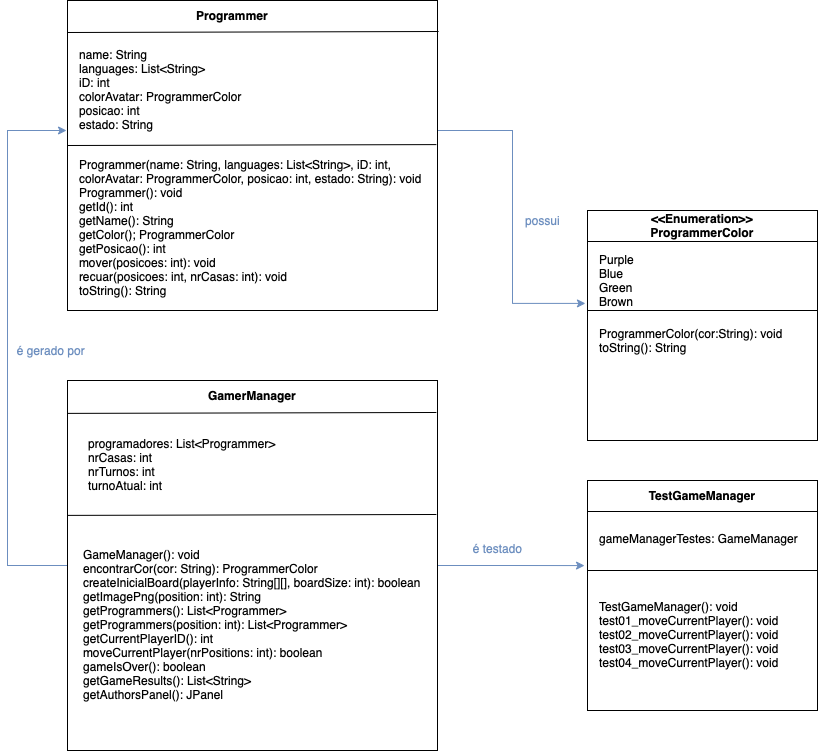
The draw.io diagram diagrama.png in tiagoagueda240/O-Grande-Jogo-do-DEISI, before a commit. Source tidied: cells renumbered, new cells last; positions are measured from the earlier drawing's top-left corner, leaving out a move shared by most shapes.
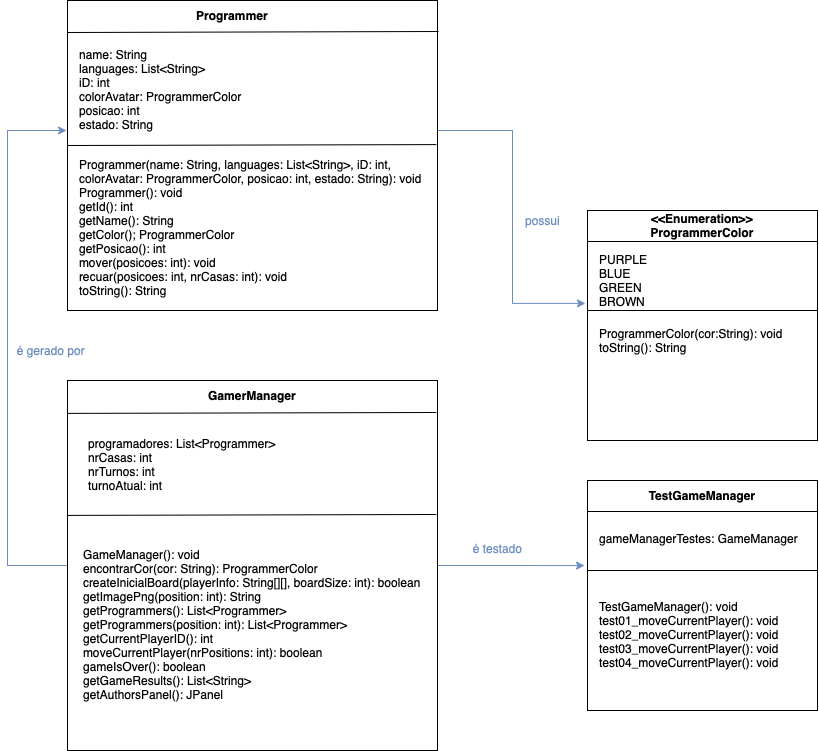
After the commit.

Commit message:
Alteração no diagrama UML.

The edit, as a diff of the source:
```diff
@@ -64,7 +64,7 @@
     <mxCell id="16" value="GameManager(): void&lt;br&gt;encontrarCor(cor: String): ProgrammerColor&lt;br&gt;createInicialBoard(playerInfo: String[][], boardSize: int): boolean&lt;br&gt;getImagePng(position: int): String&lt;br&gt;getProgrammers(): List&amp;lt;Programmer&amp;gt;&lt;br&gt;getProgrammers(position: int): List&amp;lt;Programmer&amp;gt;&lt;br&gt;getCurrentPlayerID(): int&lt;br&gt;moveCurrentPlayer(nrPositions: int): boolean&lt;br&gt;gameIsOver(): boolean&lt;br&gt;getGameResults(): List&amp;lt;String&amp;gt;&lt;br&gt;getAuthorsPanel(): JPanel" style="text;html=1;strokeColor=none;fillColor=none;align=left;verticalAlign=middle;whiteSpace=wrap;rounded=0;" parent="1" vertex="1">
       <mxGeometry x="74.4" y="564" width="341.2" height="120" as="geometry" />
     </mxCell>
-    <mxCell id="17" value="Purple&lt;br&gt;Blue&lt;br&gt;Green&lt;br&gt;Brown" style="text;html=1;strokeColor=none;fillColor=none;align=left;verticalAlign=middle;whiteSpace=wrap;rounded=0;" parent="1" vertex="1">
+    <mxCell id="17" value="PURPLE&lt;br&gt;BLUE&lt;br&gt;GREEN&lt;br&gt;BROWN" style="text;html=1;strokeColor=none;fillColor=none;align=left;verticalAlign=middle;whiteSpace=wrap;rounded=0;" parent="1" vertex="1">
       <mxGeometry x="590" y="260" width="90" height="40" as="geometry" />
     </mxCell>
     <mxCell id="18" value="ProgrammerColor(cor:String): void&lt;br&gt;toString(): String" style="text;html=1;strokeColor=none;fillColor=none;align=left;verticalAlign=middle;whiteSpace=wrap;rounded=0;" parent="1" vertex="1">
```
